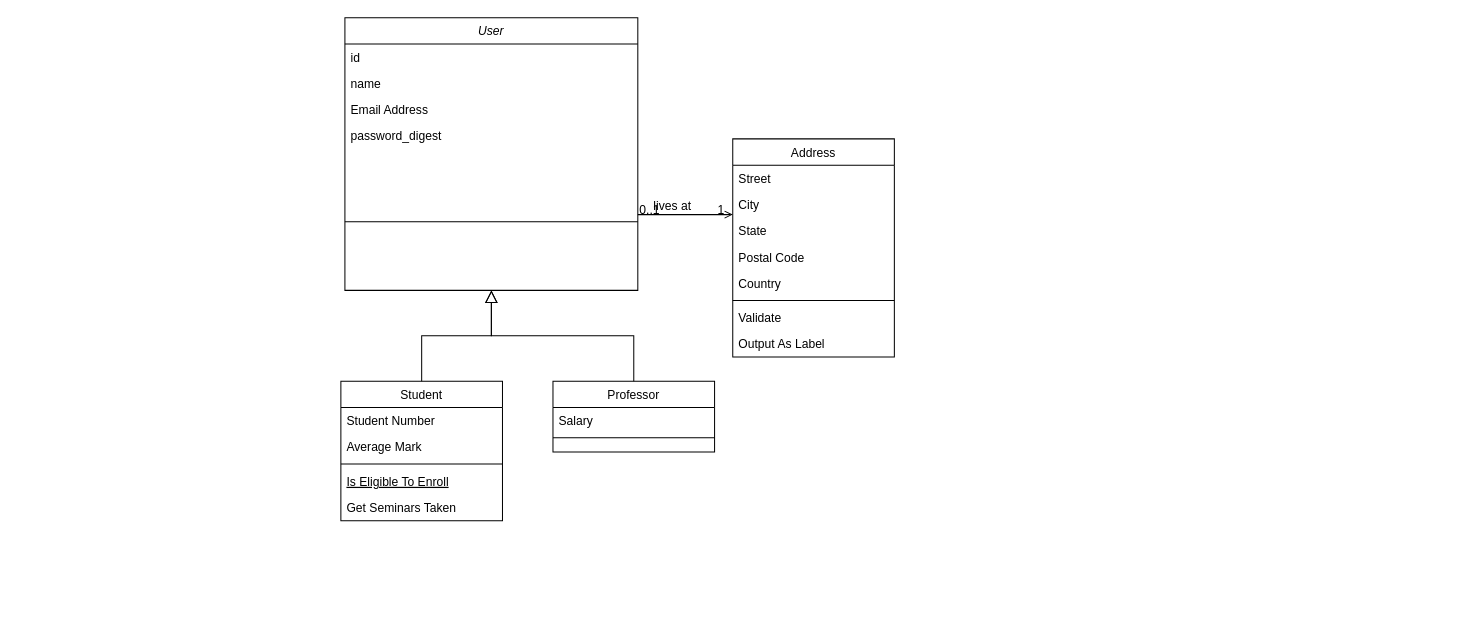
Before: trussDataMap.drawio in IanHolsteen/trussstart, a draw.io diagram. Source tidied: cells renumbered, new cells numbered last; positions are measured from the earlier drawing's top-left corner, leaving out a move shared by most shapes. Both pictures are drawn from the tidied source at 101%, with x=0, y=0 at pixel (340, 17).
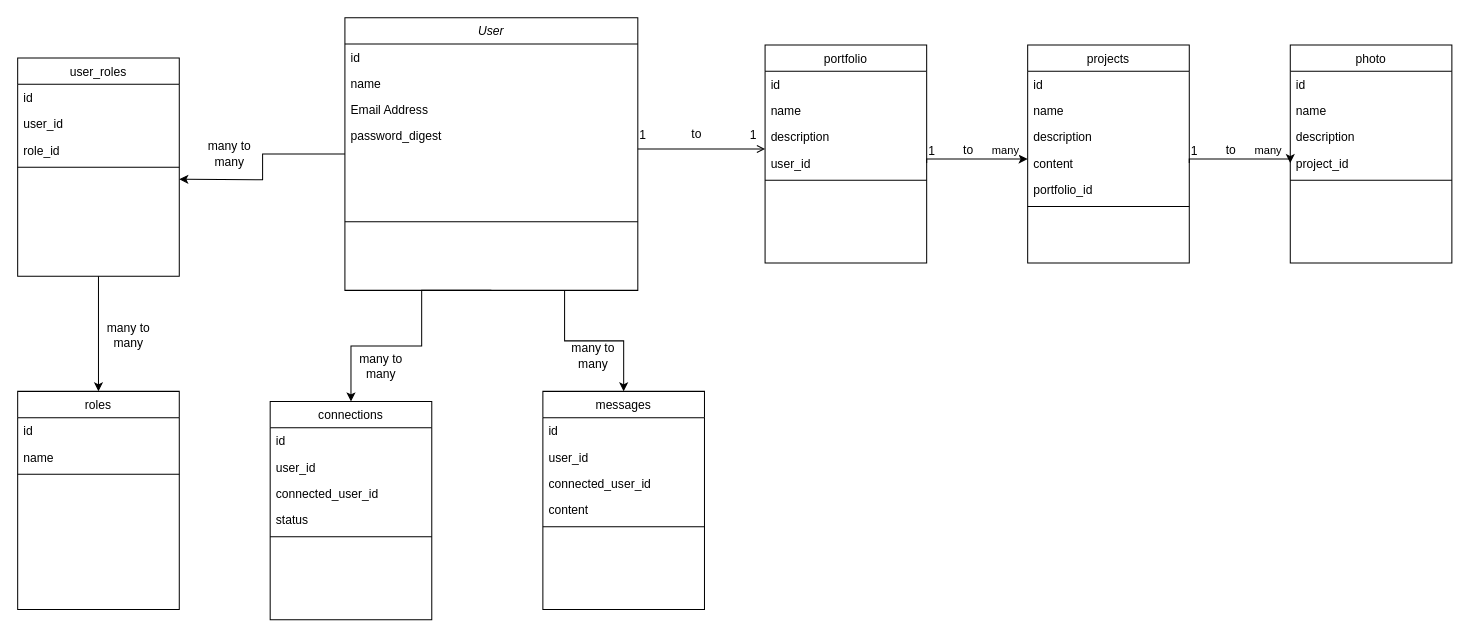
The same diagram, later.

Unchanged cells that the change refers to:
```xml
<mxCell id="2" value="User" style="swimlane;fontStyle=2;align=center;verticalAlign=top;horizontal=1;startSize=26;rounded=0;shadow=0;strokeWidth=1;" parent="1" vertex="1">
  <mxGeometry x="4" width="290" height="270" as="geometry" />
</mxCell>
```

The edit, as a diff of the source:
```diff
@@
+    <mxCell id="32" style="edgeStyle=orthogonalEdgeStyle;rounded=0;jettySize=auto;html=1;exitX=0;exitY=0.5;exitDx=0;exitDy=0;" parent="1" edge="1" source="2">
+      <mxGeometry relative="1" as="geometry">
+        <mxPoint x="-160" y="160" as="targetPoint" />
+      </mxGeometry>
+    </mxCell>
+    <mxCell id="33" style="edgeStyle=orthogonalEdgeStyle;rounded=0;jettySize=auto;html=1;exitX=0.5;exitY=1;exitDx=0;exitDy=0;entryX=0.5;entryY=0;entryDx=0;entryDy=0;" parent="1" edge="1" source="2" target="67">
+      <mxGeometry relative="1" as="geometry">
+        <Array as="points">
+          <mxPoint x="80" y="270" />
+          <mxPoint x="80" y="325" />
+          <mxPoint x="10" y="325" />
+        </Array>
+      </mxGeometry>
+    </mxCell>
+    <mxCell id="34" style="edgeStyle=orthogonalEdgeStyle;rounded=0;jettySize=auto;html=1;exitX=0.75;exitY=1;exitDx=0;exitDy=0;entryX=0.5;entryY=0;entryDx=0;entryDy=0;" parent="1" edge="1" source="2" target="73">
+      <mxGeometry relative="1" as="geometry" />
+    </mxCell>
@@
-    <mxCell id="8" value="Student" style="swimlane;fontStyle=0;align=center;verticalAlign=top;horizontal=1;startSize=26;rounded=0;shadow=0;strokeWidth=1;" parent="1" vertex="1">
-      <mxGeometry y="360" width="160" height="138" as="geometry" />
-    </mxCell>
-    <mxCell id="9" value="Student Number" style="text;align=left;verticalAlign=top;spacingLeft=4;spacingRight=4;overflow=hidden;" parent="8" vertex="1">
-      <mxGeometry y="26" width="160" height="26" as="geometry" />
-    </mxCell>
-    <mxCell id="10" value="Average Mark" style="text;align=left;verticalAlign=top;spacingLeft=4;spacingRight=4;overflow=hidden;rounded=0;shadow=0;html=0;" parent="8" vertex="1">
-      <mxGeometry y="52" width="160" height="26" as="geometry" />
-    </mxCell>
-    <mxCell id="11" style="line;html=1;strokeWidth=1;align=left;verticalAlign=middle;spacingTop=-1;spacingLeft=3;spacingRight=3;labelPosition=right;" parent="8" vertex="1">
-      <mxGeometry y="78" width="160" height="8" as="geometry" />
-    </mxCell>
-    <mxCell id="12" value="Is Eligible To Enroll" style="text;align=left;verticalAlign=top;spacingLeft=4;spacingRight=4;overflow=hidden;fontStyle=4;" parent="8" vertex="1">
-      <mxGeometry y="86" width="160" height="26" as="geometry" />
-    </mxCell>
-    <mxCell id="13" value="Get Seminars Taken" style="text;align=left;verticalAlign=top;spacingLeft=4;spacingRight=4;overflow=hidden;" parent="8" vertex="1">
-      <mxGeometry y="112" width="160" height="26" as="geometry" />
-    </mxCell>
-    <mxCell id="14" style="endArrow=block;endSize=10;endFill=0;shadow=0;strokeWidth=1;rounded=0;curved=0;edgeStyle=elbowEdgeStyle;elbow=vertical;" parent="1" edge="1" source="8" target="2">
-      <mxGeometry relative="1" as="geometry" />
-    </mxCell>
-    <mxCell id="15" value="Professor" style="swimlane;fontStyle=0;align=center;verticalAlign=top;horizontal=1;startSize=26;rounded=0;shadow=0;strokeWidth=1;" parent="1" vertex="1">
-      <mxGeometry x="210" y="360" width="160" height="70" as="geometry" />
-    </mxCell>
-    <mxCell id="16" value="Salary" style="text;align=left;verticalAlign=top;spacingLeft=4;spacingRight=4;overflow=hidden;" parent="15" vertex="1">
-      <mxGeometry y="26" width="160" height="26" as="geometry" />
-    </mxCell>
-    <mxCell id="17" style="line;html=1;strokeWidth=1;align=left;verticalAlign=middle;spacingTop=-1;spacingLeft=3;spacingRight=3;labelPosition=right;" parent="15" vertex="1">
-      <mxGeometry y="52" width="160" height="8" as="geometry" />
-    </mxCell>
-    <mxCell id="18" style="endArrow=block;endSize=10;endFill=0;shadow=0;strokeWidth=1;rounded=0;curved=0;edgeStyle=elbowEdgeStyle;elbow=vertical;" parent="1" edge="1" source="15" target="2">
-      <mxGeometry relative="1" as="geometry" />
-    </mxCell>
-    <mxCell id="19" value="Address" style="swimlane;fontStyle=0;align=center;verticalAlign=top;horizontal=1;startSize=26;rounded=0;shadow=0;strokeWidth=1;" parent="1" vertex="1">
-      <mxGeometry x="388" y="120" width="160" height="216" as="geometry" />
+    <mxCell id="19" value="portfolio" style="swimlane;fontStyle=0;align=center;verticalAlign=top;horizontal=1;startSize=26;rounded=0;shadow=0;strokeWidth=1;" parent="1" vertex="1">
+      <mxGeometry x="420" y="27" width="160" height="216" as="geometry" />
     </mxCell>
-    <mxCell id="20" value="Street" style="text;align=left;verticalAlign=top;spacingLeft=4;spacingRight=4;overflow=hidden;" parent="19" vertex="1">
+    <mxCell id="20" value="id" style="text;align=left;verticalAlign=top;spacingLeft=4;spacingRight=4;overflow=hidden;" parent="19" vertex="1">
       <mxGeometry y="26" width="160" height="26" as="geometry" />
     </mxCell>
-    <mxCell id="21" value="City" style="text;align=left;verticalAlign=top;spacingLeft=4;spacingRight=4;overflow=hidden;rounded=0;shadow=0;html=0;" parent="19" vertex="1">
+    <mxCell id="21" value="name" style="text;align=left;verticalAlign=top;spacingLeft=4;spacingRight=4;overflow=hidden;rounded=0;shadow=0;html=0;" parent="19" vertex="1">
       <mxGeometry y="52" width="160" height="26" as="geometry" />
     </mxCell>
-    <mxCell id="22" value="State" style="text;align=left;verticalAlign=top;spacingLeft=4;spacingRight=4;overflow=hidden;rounded=0;shadow=0;html=0;" parent="19" vertex="1">
+    <mxCell id="22" value="description" style="text;align=left;verticalAlign=top;spacingLeft=4;spacingRight=4;overflow=hidden;rounded=0;shadow=0;html=0;" parent="19" vertex="1">
       <mxGeometry y="78" width="160" height="26" as="geometry" />
     </mxCell>
-    <mxCell id="23" value="Postal Code" style="text;align=left;verticalAlign=top;spacingLeft=4;spacingRight=4;overflow=hidden;points=[[0,0.5],[1,0.5]];portConstraint=eastwest;rounded=0;shadow=0;html=0;" parent="19" vertex="1">
+    <mxCell id="23" value="user_id" style="text;align=left;verticalAlign=top;spacingLeft=4;spacingRight=4;overflow=hidden;points=[[0,0.5],[1,0.5]];portConstraint=eastwest;rounded=0;shadow=0;html=0;" parent="19" vertex="1">
       <mxGeometry y="104" width="160" height="26" as="geometry" />
     </mxCell>
-    <mxCell id="24" value="Country" style="text;align=left;verticalAlign=top;spacingLeft=4;spacingRight=4;overflow=hidden;rounded=0;shadow=0;html=0;" parent="19" vertex="1">
-      <mxGeometry y="130" width="160" height="26" as="geometry" />
-    </mxCell>
-    <mxCell id="25" style="line;html=1;strokeWidth=1;align=left;verticalAlign=middle;spacingTop=-1;spacingLeft=3;spacingRight=3;labelPosition=right;" parent="19" vertex="1">
-      <mxGeometry y="156" width="160" height="8" as="geometry" />
-    </mxCell>
-    <mxCell id="26" value="Validate" style="text;align=left;verticalAlign=top;spacingLeft=4;spacingRight=4;overflow=hidden;" parent="19" vertex="1">
-      <mxGeometry y="164" width="160" height="26" as="geometry" />
-    </mxCell>
-    <mxCell id="27" value="Output As Label" style="text;align=left;verticalAlign=top;spacingLeft=4;spacingRight=4;overflow=hidden;" parent="19" vertex="1">
-      <mxGeometry y="190" width="160" height="26" as="geometry" />
-    </mxCell>
+    <mxCell id="35" style="line;html=1;strokeWidth=1;align=left;verticalAlign=middle;spacingTop=-1;spacingLeft=3;spacingRight=3;labelPosition=right;" parent="19" vertex="1">
+      <mxGeometry y="130" width="160" height="8" as="geometry" />
+    </mxCell>
     <mxCell id="28" style="endArrow=open;shadow=0;strokeWidth=1;rounded=0;curved=0;endFill=1;edgeStyle=elbowEdgeStyle;elbow=vertical;" parent="1" edge="1" source="2" target="19">
       <mxGeometry x="0.5" y="41" relative="1" as="geometry">
+        <Array as="points">
+          <mxPoint x="357" y="130" />
+        </Array>
         <mxPoint x="-40" y="32" as="offset" />
       </mxGeometry>
     </mxCell>
-    <mxCell id="29" value="0..1" style="align=left;verticalAlign=bottom;labelBackgroundColor=none;fontSize=12;" parent="28" vertex="1">
+    <mxCell id="29" value="1" style="align=left;verticalAlign=bottom;labelBackgroundColor=none;fontSize=12;" parent="28" vertex="1">
       <mxGeometry x="-1" relative="1" as="geometry">
-        <mxPoint y="4" as="offset" />
+        <mxPoint y="-5" as="offset" />
       </mxGeometry>
     </mxCell>
     <mxCell id="30" value="1" style="align=right;verticalAlign=bottom;labelBackgroundColor=none;fontSize=12;" parent="28" vertex="1">
       <mxGeometry x="1" relative="1" as="geometry">
-        <mxPoint x="-7" y="4" as="offset" />
+        <mxPoint x="-7" y="-5" as="offset" />
       </mxGeometry>
     </mxCell>
-    <mxCell id="31" value="lives at" style="text;html=1;align=center;verticalAlign=middle;labelBackgroundColor=none;rounded=0;shadow=0;strokeWidth=1;fontSize=12;" parent="28" vertex="1">
+    <mxCell id="31" value="to" style="text;html=1;align=center;verticalAlign=middle;labelBackgroundColor=none;rounded=0;shadow=0;strokeWidth=1;fontSize=12;" parent="28" vertex="1">
       <mxGeometry x="0.5" y="49" relative="1" as="geometry">
-        <mxPoint x="-38" y="40" as="offset" />
+        <mxPoint x="-38" y="34" as="offset" />
       </mxGeometry>
     </mxCell>
+    <mxCell id="36" value="1" style="align=left;verticalAlign=bottom;labelBackgroundColor=none;fontSize=12;" parent="28" vertex="1">
+      <mxGeometry x="-1" relative="1" as="geometry">
+        <mxPoint x="286" y="10" as="offset" />
+      </mxGeometry>
+    </mxCell>
+    <mxCell id="37" value="to" style="text;html=1;align=center;verticalAlign=middle;labelBackgroundColor=none;rounded=0;shadow=0;strokeWidth=1;fontSize=12;" parent="28" vertex="1">
+      <mxGeometry x="0.5" y="49" relative="1" as="geometry">
+        <mxPoint x="231" y="49" as="offset" />
+      </mxGeometry>
+    </mxCell>
+    <mxCell id="38" value="1" style="align=left;verticalAlign=bottom;labelBackgroundColor=none;fontSize=12;" parent="28" vertex="1">
+      <mxGeometry x="-1" relative="1" as="geometry">
+        <mxPoint x="546" y="10" as="offset" />
+      </mxGeometry>
+    </mxCell>
+    <mxCell id="39" value="to" style="text;html=1;align=center;verticalAlign=middle;labelBackgroundColor=none;rounded=0;shadow=0;strokeWidth=1;fontSize=12;" parent="28" vertex="1">
+      <mxGeometry x="0.5" y="49" relative="1" as="geometry">
+        <mxPoint x="491" y="49" as="offset" />
+      </mxGeometry>
+    </mxCell>
+    <mxCell id="40" value="projects" style="swimlane;fontStyle=0;align=center;verticalAlign=top;horizontal=1;startSize=26;rounded=0;shadow=0;strokeWidth=1;" parent="1" vertex="1">
+      <mxGeometry x="680" y="27" width="160" height="216" as="geometry" />
+    </mxCell>
+    <mxCell id="41" value="id" style="text;align=left;verticalAlign=top;spacingLeft=4;spacingRight=4;overflow=hidden;" parent="40" vertex="1">
+      <mxGeometry y="26" width="160" height="26" as="geometry" />
+    </mxCell>
+    <mxCell id="42" value="name" style="text;align=left;verticalAlign=top;spacingLeft=4;spacingRight=4;overflow=hidden;rounded=0;shadow=0;html=0;" parent="40" vertex="1">
+      <mxGeometry y="52" width="160" height="26" as="geometry" />
+    </mxCell>
+    <mxCell id="43" value="description" style="text;align=left;verticalAlign=top;spacingLeft=4;spacingRight=4;overflow=hidden;rounded=0;shadow=0;html=0;" parent="40" vertex="1">
+      <mxGeometry y="78" width="160" height="26" as="geometry" />
+    </mxCell>
+    <mxCell id="44" value="content" style="text;align=left;verticalAlign=top;spacingLeft=4;spacingRight=4;overflow=hidden;points=[[0,0.5],[1,0.5]];portConstraint=eastwest;rounded=0;shadow=0;html=0;" parent="40" vertex="1">
+      <mxGeometry y="104" width="160" height="26" as="geometry" />
+    </mxCell>
+    <mxCell id="45" value="portfolio_id" style="text;align=left;verticalAlign=top;spacingLeft=4;spacingRight=4;overflow=hidden;rounded=0;shadow=0;html=0;" parent="40" vertex="1">
+      <mxGeometry y="130" width="160" height="26" as="geometry" />
+    </mxCell>
+    <mxCell id="25" style="line;html=1;strokeWidth=1;align=left;verticalAlign=middle;spacingTop=-1;spacingLeft=3;spacingRight=3;labelPosition=right;" parent="40" vertex="1">
+      <mxGeometry y="156" width="160" height="8" as="geometry" />
+    </mxCell>
+    <mxCell id="46" style="edgeStyle=orthogonalEdgeStyle;rounded=0;jettySize=auto;html=1;exitX=1;exitY=0.5;exitDx=0;exitDy=0;" parent="1" edge="1" source="23" target="44">
+      <mxGeometry relative="1" as="geometry">
+        <Array as="points">
+          <mxPoint x="580" y="140" />
+        </Array>
+      </mxGeometry>
+    </mxCell>
+    <mxCell id="47" value="many" style="edgeLabel;html=1;align=center;verticalAlign=middle;" parent="46" vertex="1">
+      <mxGeometry x="-0.66" y="-5" relative="1" as="geometry">
+        <mxPoint x="63" y="-15" as="offset" />
+      </mxGeometry>
+    </mxCell>
+    <mxCell id="48" value="many" style="edgeLabel;html=1;align=center;verticalAlign=middle;" parent="46" vertex="1">
+      <mxGeometry x="-0.66" y="-5" relative="1" as="geometry">
+        <mxPoint x="323" y="-15" as="offset" />
+      </mxGeometry>
+    </mxCell>
+    <mxCell id="49" value="photo" style="swimlane;fontStyle=0;align=center;verticalAlign=top;horizontal=1;startSize=26;rounded=0;shadow=0;strokeWidth=1;" parent="1" vertex="1">
+      <mxGeometry x="940" y="27" width="160" height="216" as="geometry" />
+    </mxCell>
+    <mxCell id="50" value="id" style="text;align=left;verticalAlign=top;spacingLeft=4;spacingRight=4;overflow=hidden;" parent="49" vertex="1">
+      <mxGeometry y="26" width="160" height="26" as="geometry" />
+    </mxCell>
+    <mxCell id="51" value="name" style="text;align=left;verticalAlign=top;spacingLeft=4;spacingRight=4;overflow=hidden;rounded=0;shadow=0;html=0;" parent="49" vertex="1">
+      <mxGeometry y="52" width="160" height="26" as="geometry" />
+    </mxCell>
+    <mxCell id="52" value="description" style="text;align=left;verticalAlign=top;spacingLeft=4;spacingRight=4;overflow=hidden;rounded=0;shadow=0;html=0;" parent="49" vertex="1">
+      <mxGeometry y="78" width="160" height="26" as="geometry" />
+    </mxCell>
+    <mxCell id="53" value="project_id" style="text;align=left;verticalAlign=top;spacingLeft=4;spacingRight=4;overflow=hidden;points=[[0,0.5],[1,0.5]];portConstraint=eastwest;rounded=0;shadow=0;html=0;" parent="49" vertex="1">
+      <mxGeometry y="104" width="160" height="26" as="geometry" />
+    </mxCell>
+    <mxCell id="54" style="line;html=1;strokeWidth=1;align=left;verticalAlign=middle;spacingTop=-1;spacingLeft=3;spacingRight=3;labelPosition=right;" parent="49" vertex="1">
+      <mxGeometry y="130" width="160" height="8" as="geometry" />
+    </mxCell>
+    <mxCell id="55" style="edgeStyle=orthogonalEdgeStyle;rounded=0;jettySize=auto;html=1;exitX=1;exitY=0.5;exitDx=0;exitDy=0;entryX=0;entryY=0.5;entryDx=0;entryDy=0;" parent="1" edge="1" source="44" target="53">
+      <mxGeometry relative="1" as="geometry">
+        <Array as="points">
+          <mxPoint x="840" y="140" />
+          <mxPoint x="940" y="140" />
+        </Array>
+      </mxGeometry>
+    </mxCell>
+    <mxCell id="56" style="edgeStyle=orthogonalEdgeStyle;rounded=0;jettySize=auto;html=1;exitX=0.5;exitY=1;exitDx=0;exitDy=0;entryX=0.5;entryY=0;entryDx=0;entryDy=0;" parent="1" edge="1" source="57" target="62">
+      <mxGeometry relative="1" as="geometry" />
+    </mxCell>
+    <mxCell id="57" value="user_roles" style="swimlane;fontStyle=0;align=center;verticalAlign=top;horizontal=1;startSize=26;rounded=0;shadow=0;strokeWidth=1;" parent="1" vertex="1">
+      <mxGeometry x="-320" y="40" width="160" height="216" as="geometry" />
+    </mxCell>
+    <mxCell id="58" value="id" style="text;align=left;verticalAlign=top;spacingLeft=4;spacingRight=4;overflow=hidden;" parent="57" vertex="1">
+      <mxGeometry y="26" width="160" height="26" as="geometry" />
+    </mxCell>
+    <mxCell id="59" value="user_id" style="text;align=left;verticalAlign=top;spacingLeft=4;spacingRight=4;overflow=hidden;" parent="57" vertex="1">
+      <mxGeometry y="52" width="160" height="26" as="geometry" />
+    </mxCell>
+    <mxCell id="60" value="role_id" style="text;align=left;verticalAlign=top;spacingLeft=4;spacingRight=4;overflow=hidden;" parent="57" vertex="1">
+      <mxGeometry y="78" width="160" height="26" as="geometry" />
+    </mxCell>
+    <mxCell id="61" style="line;html=1;strokeWidth=1;align=left;verticalAlign=middle;spacingTop=-1;spacingLeft=3;spacingRight=3;labelPosition=right;" parent="57" vertex="1">
+      <mxGeometry y="104" width="160" height="8" as="geometry" />
+    </mxCell>
+    <mxCell id="62" value="roles" style="swimlane;fontStyle=0;align=center;verticalAlign=top;horizontal=1;startSize=26;rounded=0;shadow=0;strokeWidth=1;" parent="1" vertex="1">
+      <mxGeometry x="-320" y="370" width="160" height="216" as="geometry" />
+    </mxCell>
+    <mxCell id="63" value="id" style="text;align=left;verticalAlign=top;spacingLeft=4;spacingRight=4;overflow=hidden;" parent="62" vertex="1">
+      <mxGeometry y="26" width="160" height="26" as="geometry" />
+    </mxCell>
+    <mxCell id="64" value="name" style="text;align=left;verticalAlign=top;spacingLeft=4;spacingRight=4;overflow=hidden;rounded=0;shadow=0;html=0;" parent="62" vertex="1">
+      <mxGeometry y="52" width="160" height="26" as="geometry" />
+    </mxCell>
+    <mxCell id="11" style="line;html=1;strokeWidth=1;align=left;verticalAlign=middle;spacingTop=-1;spacingLeft=3;spacingRight=3;labelPosition=right;" parent="62" vertex="1">
+      <mxGeometry y="78" width="160" height="8" as="geometry" />
+    </mxCell>
+    <mxCell id="65" value="many to many" style="text;html=1;align=center;verticalAlign=middle;whiteSpace=wrap;rounded=0;" parent="1" vertex="1">
+      <mxGeometry x="-140" y="120" width="60" height="30" as="geometry" />
+    </mxCell>
+    <mxCell id="66" value="many to many" style="text;html=1;align=center;verticalAlign=middle;whiteSpace=wrap;rounded=0;" parent="1" vertex="1">
+      <mxGeometry x="-240" y="300" width="60" height="30" as="geometry" />
+    </mxCell>
+    <mxCell id="67" value="connections" style="swimlane;fontStyle=0;align=center;verticalAlign=top;horizontal=1;startSize=26;rounded=0;shadow=0;strokeWidth=1;" parent="1" vertex="1">
+      <mxGeometry x="-70" y="380" width="160" height="216" as="geometry" />
+    </mxCell>
+    <mxCell id="68" value="id" style="text;align=left;verticalAlign=top;spacingLeft=4;spacingRight=4;overflow=hidden;" parent="67" vertex="1">
+      <mxGeometry y="26" width="160" height="26" as="geometry" />
+    </mxCell>
+    <mxCell id="69" value="user_id" style="text;align=left;verticalAlign=top;spacingLeft=4;spacingRight=4;overflow=hidden;rounded=0;shadow=0;html=0;" parent="67" vertex="1">
+      <mxGeometry y="52" width="160" height="26" as="geometry" />
+    </mxCell>
+    <mxCell id="70" value="connected_user_id" style="text;align=left;verticalAlign=top;spacingLeft=4;spacingRight=4;overflow=hidden;rounded=0;shadow=0;html=0;" parent="67" vertex="1">
+      <mxGeometry y="78" width="160" height="26" as="geometry" />
+    </mxCell>
+    <mxCell id="71" value="status" style="text;align=left;verticalAlign=top;spacingLeft=4;spacingRight=4;overflow=hidden;rounded=0;shadow=0;html=0;" parent="67" vertex="1">
+      <mxGeometry y="104" width="160" height="26" as="geometry" />
+    </mxCell>
+    <mxCell id="72" style="line;html=1;strokeWidth=1;align=left;verticalAlign=middle;spacingTop=-1;spacingLeft=3;spacingRight=3;labelPosition=right;" parent="67" vertex="1">
+      <mxGeometry y="130" width="160" height="8" as="geometry" />
+    </mxCell>
+    <mxCell id="73" value="messages" style="swimlane;fontStyle=0;align=center;verticalAlign=top;horizontal=1;startSize=26;rounded=0;shadow=0;strokeWidth=1;" parent="1" vertex="1">
+      <mxGeometry x="200" y="370" width="160" height="216" as="geometry" />
+    </mxCell>
+    <mxCell id="74" value="id" style="text;align=left;verticalAlign=top;spacingLeft=4;spacingRight=4;overflow=hidden;" parent="73" vertex="1">
+      <mxGeometry y="26" width="160" height="26" as="geometry" />
+    </mxCell>
+    <mxCell id="75" value="user_id" style="text;align=left;verticalAlign=top;spacingLeft=4;spacingRight=4;overflow=hidden;rounded=0;shadow=0;html=0;" parent="73" vertex="1">
+      <mxGeometry y="52" width="160" height="26" as="geometry" />
+    </mxCell>
+    <mxCell id="76" value="connected_user_id" style="text;align=left;verticalAlign=top;spacingLeft=4;spacingRight=4;overflow=hidden;rounded=0;shadow=0;html=0;" parent="73" vertex="1">
+      <mxGeometry y="78" width="160" height="26" as="geometry" />
+    </mxCell>
+    <mxCell id="77" value="content" style="text;align=left;verticalAlign=top;spacingLeft=4;spacingRight=4;overflow=hidden;rounded=0;shadow=0;html=0;" parent="73" vertex="1">
+      <mxGeometry y="104" width="160" height="26" as="geometry" />
+    </mxCell>
+    <mxCell id="78" style="line;html=1;strokeWidth=1;align=left;verticalAlign=middle;spacingTop=-1;spacingLeft=3;spacingRight=3;labelPosition=right;" parent="73" vertex="1">
+      <mxGeometry y="130" width="160" height="8" as="geometry" />
+    </mxCell>
+    <mxCell id="79" value="many to many" style="text;html=1;align=center;verticalAlign=middle;whiteSpace=wrap;rounded=0;" parent="1" vertex="1">
+      <mxGeometry x="10" y="330" width="60" height="30" as="geometry" />
+    </mxCell>
+    <mxCell id="80" value="many to many" style="text;html=1;align=center;verticalAlign=middle;whiteSpace=wrap;rounded=0;" parent="1" vertex="1">
+      <mxGeometry x="220" y="320" width="60" height="30" as="geometry" />
+    </mxCell>
```
